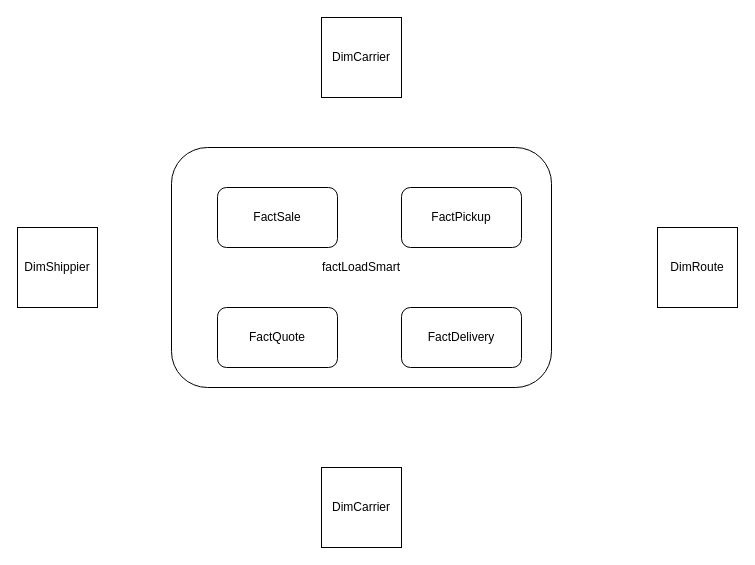
Before: page "DER" (2 of 2) of documentation/loadsmart_diagram.drawio in cesaraugusto98/loadsmart, a draw.io diagram. Source tidied: cells renumbered, new cells numbered last; positions are measured from the earlier drawing's top-left corner, leaving out a move shared by most shapes. Both pictures are drawn from the tidied source at 100%, with x=0, y=0 at pixel (17, 17).
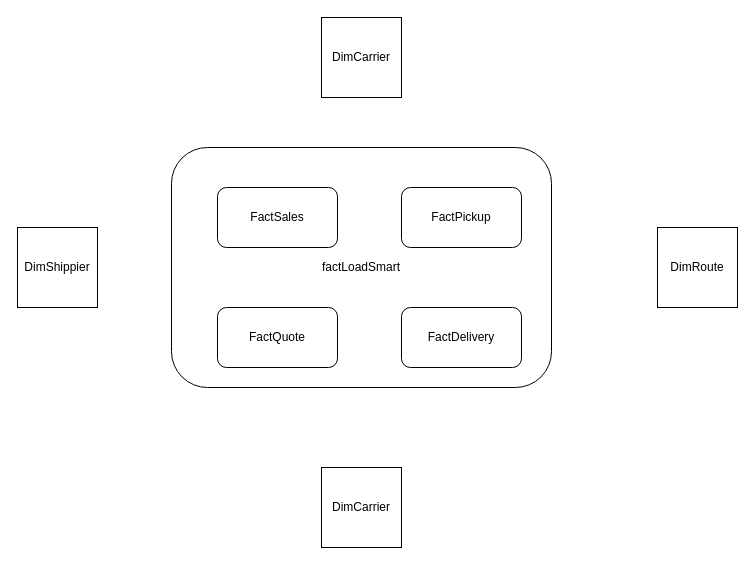
After the change.

Change to the diagram source:
```diff
@@
 <mxGraphModel>
   <root>
     <mxCell id="0" />
     <mxCell id="1" parent="0" />
     <mxCell id="2" value="factLoadSmart" style="rounded=1;whiteSpace=wrap;html=1;" parent="1" vertex="1">
       <mxGeometry x="154" y="130" width="380" height="240" as="geometry" />
     </mxCell>
     <mxCell id="3" value="FactQuote" style="rounded=1;whiteSpace=wrap;html=1;" parent="1" vertex="1">
       <mxGeometry x="200" y="290" width="120" height="60" as="geometry" />
     </mxCell>
     <mxCell id="4" value="DimShippier" style="whiteSpace=wrap;html=1;" parent="1" vertex="1">
       <mxGeometry y="210" width="80" height="80" as="geometry" />
     </mxCell>
     <mxCell id="5" value="DimCarrier" style="whiteSpace=wrap;html=1;" parent="1" vertex="1">
       <mxGeometry x="304" width="80" height="80" as="geometry" />
     </mxCell>
     <mxCell id="6" value="DimRoute" style="whiteSpace=wrap;html=1;" parent="1" vertex="1">
       <mxGeometry x="640" y="210" width="80" height="80" as="geometry" />
     </mxCell>
     <mxCell id="7" value="DimCarrier" style="whiteSpace=wrap;html=1;" parent="1" vertex="1">
       <mxGeometry x="304" y="450" width="80" height="80" as="geometry" />
     </mxCell>
     <mxCell id="8" value="FactDelivery" style="rounded=1;whiteSpace=wrap;html=1;" parent="1" vertex="1">
       <mxGeometry x="384" y="290" width="120" height="60" as="geometry" />
     </mxCell>
-    <mxCell id="9" value="FactSale" style="rounded=1;whiteSpace=wrap;html=1;" parent="1" vertex="1">
+    <mxCell id="9" value="FactSales" style="rounded=1;whiteSpace=wrap;html=1;" parent="1" vertex="1">
       <mxGeometry x="200" y="170" width="120" height="60" as="geometry" />
     </mxCell>
     <mxCell id="10" value="FactPickup" style="rounded=1;whiteSpace=wrap;html=1;" parent="1" vertex="1">
       <mxGeometry x="384" y="170" width="120" height="60" as="geometry" />
     </mxCell>
   </root>
 </mxGraphModel>
```
